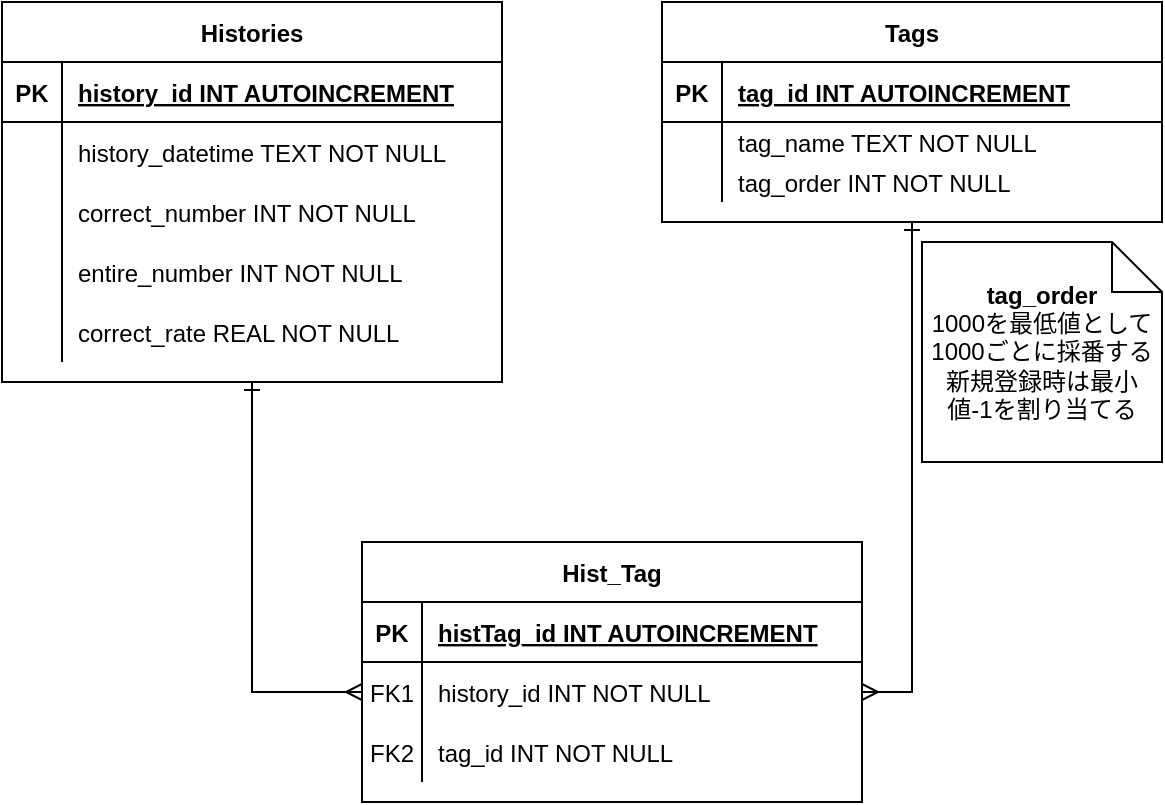
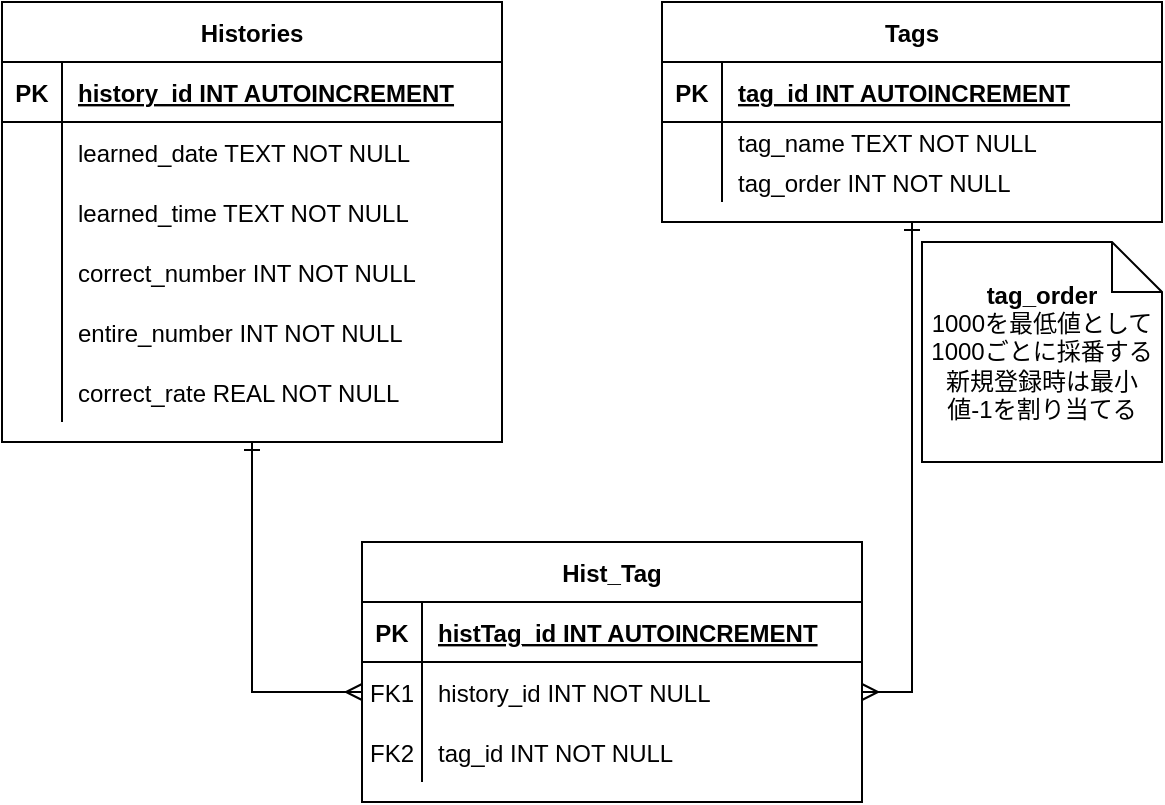
- <mxfile host="app.diagrams.net" agent="Mozilla/5.0 (Windows NT 10.0; Win64; x64) AppleWebKit/537.36 (KHTML, like Gecko) Chrome/130.0.0.0 Safari/537.36" version="24.8.0">
+ <mxfile host="app.diagrams.net" agent="Mozilla/5.0 (Windows NT 10.0; Win64; x64) AppleWebKit/537.36 (KHTML, like Gecko) Chrome/131.0.0.0 Safari/537.36" version="24.8.6">
  <diagram name="Page-1" id="t5QMn-bjWsxK-OiHnnsi">
-     <mxGraphModel dx="1434" dy="772" grid="1" gridSize="10" guides="1" tooltips="1" connect="1" arrows="1" fold="1" page="1" pageScale="1" pageWidth="827" pageHeight="1169" math="0" shadow="0">
+     <mxGraphModel dx="1415" dy="748" grid="1" gridSize="10" guides="1" tooltips="1" connect="1" arrows="1" fold="1" page="1" pageScale="1" pageWidth="827" pageHeight="1169" math="0" shadow="0">
      <root>
        <mxCell id="0" />
        <mxCell id="1" parent="0" />
-         <mxCell id="AiqQjHYfHPlLKHI8rtwA-1" value="Tags" style="shape=table;startSize=30;container=1;collapsible=1;childLayout=tableLayout;fixedRows=1;rowLines=0;fontStyle=1;align=center;resizeLast=1;" vertex="1" parent="1">
+         <mxCell id="AiqQjHYfHPlLKHI8rtwA-1" value="Tags" style="shape=table;startSize=30;container=1;collapsible=1;childLayout=tableLayout;fixedRows=1;rowLines=0;fontStyle=1;align=center;resizeLast=1;" parent="1" vertex="1">
          <mxGeometry x="330" width="250" height="110" as="geometry" />
        </mxCell>
-         <mxCell id="AiqQjHYfHPlLKHI8rtwA-2" value="" style="shape=partialRectangle;collapsible=0;dropTarget=0;pointerEvents=0;fillColor=none;points=[[0,0.5],[1,0.5]];portConstraint=eastwest;top=0;left=0;right=0;bottom=1;" vertex="1" parent="AiqQjHYfHPlLKHI8rtwA-1">
+         <mxCell id="AiqQjHYfHPlLKHI8rtwA-2" value="" style="shape=partialRectangle;collapsible=0;dropTarget=0;pointerEvents=0;fillColor=none;points=[[0,0.5],[1,0.5]];portConstraint=eastwest;top=0;left=0;right=0;bottom=1;" parent="AiqQjHYfHPlLKHI8rtwA-1" vertex="1">
          <mxGeometry y="30" width="250" height="30" as="geometry" />
        </mxCell>
-         <mxCell id="AiqQjHYfHPlLKHI8rtwA-3" value="PK" style="shape=partialRectangle;overflow=hidden;connectable=0;fillColor=none;top=0;left=0;bottom=0;right=0;fontStyle=1;" vertex="1" parent="AiqQjHYfHPlLKHI8rtwA-2">
+         <mxCell id="AiqQjHYfHPlLKHI8rtwA-3" value="PK" style="shape=partialRectangle;overflow=hidden;connectable=0;fillColor=none;top=0;left=0;bottom=0;right=0;fontStyle=1;" parent="AiqQjHYfHPlLKHI8rtwA-2" vertex="1">
          <mxGeometry width="30" height="30" as="geometry">
            <mxRectangle width="30" height="30" as="alternateBounds" />
          </mxGeometry>
        </mxCell>
-         <mxCell id="AiqQjHYfHPlLKHI8rtwA-4" value="tag_id INT AUTOINCREMENT" style="shape=partialRectangle;overflow=hidden;connectable=0;fillColor=none;top=0;left=0;bottom=0;right=0;align=left;spacingLeft=6;fontStyle=5;" vertex="1" parent="AiqQjHYfHPlLKHI8rtwA-2">
+         <mxCell id="AiqQjHYfHPlLKHI8rtwA-4" value="tag_id INT AUTOINCREMENT" style="shape=partialRectangle;overflow=hidden;connectable=0;fillColor=none;top=0;left=0;bottom=0;right=0;align=left;spacingLeft=6;fontStyle=5;" parent="AiqQjHYfHPlLKHI8rtwA-2" vertex="1">
          <mxGeometry x="30" width="220" height="30" as="geometry">
            <mxRectangle width="220" height="30" as="alternateBounds" />
          </mxGeometry>
        </mxCell>
-         <mxCell id="AiqQjHYfHPlLKHI8rtwA-5" value="" style="shape=partialRectangle;collapsible=0;dropTarget=0;pointerEvents=0;fillColor=none;points=[[0,0.5],[1,0.5]];portConstraint=eastwest;top=0;left=0;right=0;bottom=0;" vertex="1" parent="AiqQjHYfHPlLKHI8rtwA-1">
+         <mxCell id="AiqQjHYfHPlLKHI8rtwA-5" value="" style="shape=partialRectangle;collapsible=0;dropTarget=0;pointerEvents=0;fillColor=none;points=[[0,0.5],[1,0.5]];portConstraint=eastwest;top=0;left=0;right=0;bottom=0;" parent="AiqQjHYfHPlLKHI8rtwA-1" vertex="1">
          <mxGeometry y="60" width="250" height="20" as="geometry" />
        </mxCell>
-         <mxCell id="AiqQjHYfHPlLKHI8rtwA-6" value="" style="shape=partialRectangle;overflow=hidden;connectable=0;fillColor=none;top=0;left=0;bottom=0;right=0;" vertex="1" parent="AiqQjHYfHPlLKHI8rtwA-5">
+         <mxCell id="AiqQjHYfHPlLKHI8rtwA-6" value="" style="shape=partialRectangle;overflow=hidden;connectable=0;fillColor=none;top=0;left=0;bottom=0;right=0;" parent="AiqQjHYfHPlLKHI8rtwA-5" vertex="1">
          <mxGeometry width="30" height="20" as="geometry">
            <mxRectangle width="30" height="20" as="alternateBounds" />
          </mxGeometry>
        </mxCell>
-         <mxCell id="AiqQjHYfHPlLKHI8rtwA-7" value="tag_name TEXT NOT NULL" style="shape=partialRectangle;overflow=hidden;connectable=0;fillColor=none;top=0;left=0;bottom=0;right=0;align=left;spacingLeft=6;" vertex="1" parent="AiqQjHYfHPlLKHI8rtwA-5">
+         <mxCell id="AiqQjHYfHPlLKHI8rtwA-7" value="tag_name TEXT NOT NULL" style="shape=partialRectangle;overflow=hidden;connectable=0;fillColor=none;top=0;left=0;bottom=0;right=0;align=left;spacingLeft=6;" parent="AiqQjHYfHPlLKHI8rtwA-5" vertex="1">
          <mxGeometry x="30" width="220" height="20" as="geometry">
            <mxRectangle width="220" height="20" as="alternateBounds" />
          </mxGeometry>
        </mxCell>
-         <mxCell id="AiqQjHYfHPlLKHI8rtwA-8" value="" style="shape=partialRectangle;collapsible=0;dropTarget=0;pointerEvents=0;fillColor=none;points=[[0,0.5],[1,0.5]];portConstraint=eastwest;top=0;left=0;right=0;bottom=0;" vertex="1" parent="AiqQjHYfHPlLKHI8rtwA-1">
+         <mxCell id="AiqQjHYfHPlLKHI8rtwA-8" value="" style="shape=partialRectangle;collapsible=0;dropTarget=0;pointerEvents=0;fillColor=none;points=[[0,0.5],[1,0.5]];portConstraint=eastwest;top=0;left=0;right=0;bottom=0;" parent="AiqQjHYfHPlLKHI8rtwA-1" vertex="1">
          <mxGeometry y="80" width="250" height="20" as="geometry" />
        </mxCell>
-         <mxCell id="AiqQjHYfHPlLKHI8rtwA-9" value="" style="shape=partialRectangle;overflow=hidden;connectable=0;fillColor=none;top=0;left=0;bottom=0;right=0;" vertex="1" parent="AiqQjHYfHPlLKHI8rtwA-8">
+         <mxCell id="AiqQjHYfHPlLKHI8rtwA-9" value="" style="shape=partialRectangle;overflow=hidden;connectable=0;fillColor=none;top=0;left=0;bottom=0;right=0;" parent="AiqQjHYfHPlLKHI8rtwA-8" vertex="1">
          <mxGeometry width="30" height="20" as="geometry">
            <mxRectangle width="30" height="20" as="alternateBounds" />
          </mxGeometry>
        </mxCell>
-         <mxCell id="AiqQjHYfHPlLKHI8rtwA-10" value="tag_order INT NOT NULL" style="shape=partialRectangle;overflow=hidden;connectable=0;fillColor=none;top=0;left=0;bottom=0;right=0;align=left;spacingLeft=6;" vertex="1" parent="AiqQjHYfHPlLKHI8rtwA-8">
+         <mxCell id="AiqQjHYfHPlLKHI8rtwA-10" value="tag_order INT NOT NULL" style="shape=partialRectangle;overflow=hidden;connectable=0;fillColor=none;top=0;left=0;bottom=0;right=0;align=left;spacingLeft=6;" parent="AiqQjHYfHPlLKHI8rtwA-8" vertex="1">
          <mxGeometry x="30" width="220" height="20" as="geometry">
            <mxRectangle width="220" height="20" as="alternateBounds" />
          </mxGeometry>
        </mxCell>
-         <mxCell id="AiqQjHYfHPlLKHI8rtwA-11" value="Hist_Tag" style="shape=table;startSize=30;container=1;collapsible=1;childLayout=tableLayout;fixedRows=1;rowLines=0;fontStyle=1;align=center;resizeLast=1;" vertex="1" parent="1">
+         <mxCell id="AiqQjHYfHPlLKHI8rtwA-11" value="Hist_Tag" style="shape=table;startSize=30;container=1;collapsible=1;childLayout=tableLayout;fixedRows=1;rowLines=0;fontStyle=1;align=center;resizeLast=1;" parent="1" vertex="1">
          <mxGeometry x="180" y="270" width="250" height="130" as="geometry" />
        </mxCell>
-         <mxCell id="AiqQjHYfHPlLKHI8rtwA-12" value="" style="shape=partialRectangle;collapsible=0;dropTarget=0;pointerEvents=0;fillColor=none;points=[[0,0.5],[1,0.5]];portConstraint=eastwest;top=0;left=0;right=0;bottom=1;" vertex="1" parent="AiqQjHYfHPlLKHI8rtwA-11">
+         <mxCell id="AiqQjHYfHPlLKHI8rtwA-12" value="" style="shape=partialRectangle;collapsible=0;dropTarget=0;pointerEvents=0;fillColor=none;points=[[0,0.5],[1,0.5]];portConstraint=eastwest;top=0;left=0;right=0;bottom=1;" parent="AiqQjHYfHPlLKHI8rtwA-11" vertex="1">
          <mxGeometry y="30" width="250" height="30" as="geometry" />
        </mxCell>
-         <mxCell id="AiqQjHYfHPlLKHI8rtwA-13" value="PK" style="shape=partialRectangle;overflow=hidden;connectable=0;fillColor=none;top=0;left=0;bottom=0;right=0;fontStyle=1;" vertex="1" parent="AiqQjHYfHPlLKHI8rtwA-12">
+         <mxCell id="AiqQjHYfHPlLKHI8rtwA-13" value="PK" style="shape=partialRectangle;overflow=hidden;connectable=0;fillColor=none;top=0;left=0;bottom=0;right=0;fontStyle=1;" parent="AiqQjHYfHPlLKHI8rtwA-12" vertex="1">
          <mxGeometry width="30" height="30" as="geometry">
            <mxRectangle width="30" height="30" as="alternateBounds" />
          </mxGeometry>
        </mxCell>
-         <mxCell id="AiqQjHYfHPlLKHI8rtwA-14" value="histTag_id INT AUTOINCREMENT" style="shape=partialRectangle;overflow=hidden;connectable=0;fillColor=none;top=0;left=0;bottom=0;right=0;align=left;spacingLeft=6;fontStyle=5;" vertex="1" parent="AiqQjHYfHPlLKHI8rtwA-12">
+         <mxCell id="AiqQjHYfHPlLKHI8rtwA-14" value="histTag_id INT AUTOINCREMENT" style="shape=partialRectangle;overflow=hidden;connectable=0;fillColor=none;top=0;left=0;bottom=0;right=0;align=left;spacingLeft=6;fontStyle=5;" parent="AiqQjHYfHPlLKHI8rtwA-12" vertex="1">
          <mxGeometry x="30" width="220" height="30" as="geometry">
            <mxRectangle width="220" height="30" as="alternateBounds" />
          </mxGeometry>
        </mxCell>
-         <mxCell id="AiqQjHYfHPlLKHI8rtwA-15" value="" style="shape=partialRectangle;collapsible=0;dropTarget=0;pointerEvents=0;fillColor=none;points=[[0,0.5],[1,0.5]];portConstraint=eastwest;top=0;left=0;right=0;bottom=0;" vertex="1" parent="AiqQjHYfHPlLKHI8rtwA-11">
+         <mxCell id="AiqQjHYfHPlLKHI8rtwA-15" value="" style="shape=partialRectangle;collapsible=0;dropTarget=0;pointerEvents=0;fillColor=none;points=[[0,0.5],[1,0.5]];portConstraint=eastwest;top=0;left=0;right=0;bottom=0;" parent="AiqQjHYfHPlLKHI8rtwA-11" vertex="1">
          <mxGeometry y="60" width="250" height="30" as="geometry" />
        </mxCell>
-         <mxCell id="AiqQjHYfHPlLKHI8rtwA-16" value="FK1" style="shape=partialRectangle;overflow=hidden;connectable=0;fillColor=none;top=0;left=0;bottom=0;right=0;" vertex="1" parent="AiqQjHYfHPlLKHI8rtwA-15">
+         <mxCell id="AiqQjHYfHPlLKHI8rtwA-16" value="FK1" style="shape=partialRectangle;overflow=hidden;connectable=0;fillColor=none;top=0;left=0;bottom=0;right=0;" parent="AiqQjHYfHPlLKHI8rtwA-15" vertex="1">
          <mxGeometry width="30" height="30" as="geometry">
            <mxRectangle width="30" height="30" as="alternateBounds" />
          </mxGeometry>
        </mxCell>
-         <mxCell id="AiqQjHYfHPlLKHI8rtwA-17" value="history_id INT NOT NULL" style="shape=partialRectangle;overflow=hidden;connectable=0;fillColor=none;top=0;left=0;bottom=0;right=0;align=left;spacingLeft=6;" vertex="1" parent="AiqQjHYfHPlLKHI8rtwA-15">
+         <mxCell id="AiqQjHYfHPlLKHI8rtwA-17" value="history_id INT NOT NULL" style="shape=partialRectangle;overflow=hidden;connectable=0;fillColor=none;top=0;left=0;bottom=0;right=0;align=left;spacingLeft=6;" parent="AiqQjHYfHPlLKHI8rtwA-15" vertex="1">
          <mxGeometry x="30" width="220" height="30" as="geometry">
            <mxRectangle width="220" height="30" as="alternateBounds" />
          </mxGeometry>
        </mxCell>
-         <mxCell id="AiqQjHYfHPlLKHI8rtwA-18" value="" style="shape=partialRectangle;collapsible=0;dropTarget=0;pointerEvents=0;fillColor=none;points=[[0,0.5],[1,0.5]];portConstraint=eastwest;top=0;left=0;right=0;bottom=0;" vertex="1" parent="AiqQjHYfHPlLKHI8rtwA-11">
+         <mxCell id="AiqQjHYfHPlLKHI8rtwA-18" value="" style="shape=partialRectangle;collapsible=0;dropTarget=0;pointerEvents=0;fillColor=none;points=[[0,0.5],[1,0.5]];portConstraint=eastwest;top=0;left=0;right=0;bottom=0;" parent="AiqQjHYfHPlLKHI8rtwA-11" vertex="1">
          <mxGeometry y="90" width="250" height="30" as="geometry" />
        </mxCell>
-         <mxCell id="AiqQjHYfHPlLKHI8rtwA-19" value="FK2" style="shape=partialRectangle;overflow=hidden;connectable=0;fillColor=none;top=0;left=0;bottom=0;right=0;" vertex="1" parent="AiqQjHYfHPlLKHI8rtwA-18">
+         <mxCell id="AiqQjHYfHPlLKHI8rtwA-19" value="FK2" style="shape=partialRectangle;overflow=hidden;connectable=0;fillColor=none;top=0;left=0;bottom=0;right=0;" parent="AiqQjHYfHPlLKHI8rtwA-18" vertex="1">
          <mxGeometry width="30" height="30" as="geometry">
            <mxRectangle width="30" height="30" as="alternateBounds" />
          </mxGeometry>
        </mxCell>
-         <mxCell id="AiqQjHYfHPlLKHI8rtwA-20" value="tag_id INT NOT NULL" style="shape=partialRectangle;overflow=hidden;connectable=0;fillColor=none;top=0;left=0;bottom=0;right=0;align=left;spacingLeft=6;" vertex="1" parent="AiqQjHYfHPlLKHI8rtwA-18">
+         <mxCell id="AiqQjHYfHPlLKHI8rtwA-20" value="tag_id INT NOT NULL" style="shape=partialRectangle;overflow=hidden;connectable=0;fillColor=none;top=0;left=0;bottom=0;right=0;align=left;spacingLeft=6;" parent="AiqQjHYfHPlLKHI8rtwA-18" vertex="1">
          <mxGeometry x="30" width="220" height="30" as="geometry">
            <mxRectangle width="220" height="30" as="alternateBounds" />
          </mxGeometry>
        </mxCell>
-         <mxCell id="AiqQjHYfHPlLKHI8rtwA-21" style="edgeStyle=orthogonalEdgeStyle;rounded=0;orthogonalLoop=1;jettySize=auto;html=1;entryX=0;entryY=0.5;entryDx=0;entryDy=0;strokeWidth=1;startArrow=ERone;startFill=0;endArrow=ERmany;endFill=0;" edge="1" parent="1" source="AiqQjHYfHPlLKHI8rtwA-22" target="AiqQjHYfHPlLKHI8rtwA-15">
+         <mxCell id="AiqQjHYfHPlLKHI8rtwA-21" style="edgeStyle=orthogonalEdgeStyle;rounded=0;orthogonalLoop=1;jettySize=auto;html=1;entryX=0;entryY=0.5;entryDx=0;entryDy=0;strokeWidth=1;startArrow=ERone;startFill=0;endArrow=ERmany;endFill=0;" parent="1" source="AiqQjHYfHPlLKHI8rtwA-22" target="AiqQjHYfHPlLKHI8rtwA-15" edge="1">
          <mxGeometry relative="1" as="geometry" />
        </mxCell>
-         <mxCell id="AiqQjHYfHPlLKHI8rtwA-22" value="Histories" style="shape=table;startSize=30;container=1;collapsible=1;childLayout=tableLayout;fixedRows=1;rowLines=0;fontStyle=1;align=center;resizeLast=1;" vertex="1" parent="1">
-           <mxGeometry width="250" height="190" as="geometry" />
+         <mxCell id="AiqQjHYfHPlLKHI8rtwA-22" value="Histories" style="shape=table;startSize=30;container=1;collapsible=1;childLayout=tableLayout;fixedRows=1;rowLines=0;fontStyle=1;align=center;resizeLast=1;" parent="1" vertex="1">
+           <mxGeometry width="250" height="220" as="geometry" />
        </mxCell>
-         <mxCell id="AiqQjHYfHPlLKHI8rtwA-23" value="" style="shape=partialRectangle;collapsible=0;dropTarget=0;pointerEvents=0;fillColor=none;points=[[0,0.5],[1,0.5]];portConstraint=eastwest;top=0;left=0;right=0;bottom=1;" vertex="1" parent="AiqQjHYfHPlLKHI8rtwA-22">
+         <mxCell id="AiqQjHYfHPlLKHI8rtwA-23" value="" style="shape=partialRectangle;collapsible=0;dropTarget=0;pointerEvents=0;fillColor=none;points=[[0,0.5],[1,0.5]];portConstraint=eastwest;top=0;left=0;right=0;bottom=1;" parent="AiqQjHYfHPlLKHI8rtwA-22" vertex="1">
          <mxGeometry y="30" width="250" height="30" as="geometry" />
        </mxCell>
-         <mxCell id="AiqQjHYfHPlLKHI8rtwA-24" value="PK" style="shape=partialRectangle;overflow=hidden;connectable=0;fillColor=none;top=0;left=0;bottom=0;right=0;fontStyle=1;" vertex="1" parent="AiqQjHYfHPlLKHI8rtwA-23">
+         <mxCell id="AiqQjHYfHPlLKHI8rtwA-24" value="PK" style="shape=partialRectangle;overflow=hidden;connectable=0;fillColor=none;top=0;left=0;bottom=0;right=0;fontStyle=1;" parent="AiqQjHYfHPlLKHI8rtwA-23" vertex="1">
          <mxGeometry width="30" height="30" as="geometry">
            <mxRectangle width="30" height="30" as="alternateBounds" />
          </mxGeometry>
        </mxCell>
-         <mxCell id="AiqQjHYfHPlLKHI8rtwA-25" value="history_id INT AUTOINCREMENT" style="shape=partialRectangle;overflow=hidden;connectable=0;fillColor=none;top=0;left=0;bottom=0;right=0;align=left;spacingLeft=6;fontStyle=5;" vertex="1" parent="AiqQjHYfHPlLKHI8rtwA-23">
+         <mxCell id="AiqQjHYfHPlLKHI8rtwA-25" value="history_id INT AUTOINCREMENT" style="shape=partialRectangle;overflow=hidden;connectable=0;fillColor=none;top=0;left=0;bottom=0;right=0;align=left;spacingLeft=6;fontStyle=5;" parent="AiqQjHYfHPlLKHI8rtwA-23" vertex="1">
          <mxGeometry x="30" width="220" height="30" as="geometry">
            <mxRectangle width="220" height="30" as="alternateBounds" />
          </mxGeometry>
        </mxCell>
-         <mxCell id="AiqQjHYfHPlLKHI8rtwA-26" value="" style="shape=partialRectangle;collapsible=0;dropTarget=0;pointerEvents=0;fillColor=none;points=[[0,0.5],[1,0.5]];portConstraint=eastwest;top=0;left=0;right=0;bottom=0;" vertex="1" parent="AiqQjHYfHPlLKHI8rtwA-22">
+         <mxCell id="AiqQjHYfHPlLKHI8rtwA-26" value="" style="shape=partialRectangle;collapsible=0;dropTarget=0;pointerEvents=0;fillColor=none;points=[[0,0.5],[1,0.5]];portConstraint=eastwest;top=0;left=0;right=0;bottom=0;" parent="AiqQjHYfHPlLKHI8rtwA-22" vertex="1">
          <mxGeometry y="60" width="250" height="30" as="geometry" />
        </mxCell>
-         <mxCell id="AiqQjHYfHPlLKHI8rtwA-27" value="" style="shape=partialRectangle;overflow=hidden;connectable=0;fillColor=none;top=0;left=0;bottom=0;right=0;" vertex="1" parent="AiqQjHYfHPlLKHI8rtwA-26">
+         <mxCell id="AiqQjHYfHPlLKHI8rtwA-27" value="" style="shape=partialRectangle;overflow=hidden;connectable=0;fillColor=none;top=0;left=0;bottom=0;right=0;" parent="AiqQjHYfHPlLKHI8rtwA-26" vertex="1">
          <mxGeometry width="30" height="30" as="geometry">
            <mxRectangle width="30" height="30" as="alternateBounds" />
          </mxGeometry>
        </mxCell>
-         <mxCell id="AiqQjHYfHPlLKHI8rtwA-28" value="history_datetime TEXT NOT NULL" style="shape=partialRectangle;overflow=hidden;connectable=0;fillColor=none;top=0;left=0;bottom=0;right=0;align=left;spacingLeft=6;" vertex="1" parent="AiqQjHYfHPlLKHI8rtwA-26">
+         <mxCell id="AiqQjHYfHPlLKHI8rtwA-28" value="learned_date TEXT NOT NULL" style="shape=partialRectangle;overflow=hidden;connectable=0;fillColor=none;top=0;left=0;bottom=0;right=0;align=left;spacingLeft=6;" parent="AiqQjHYfHPlLKHI8rtwA-26" vertex="1">
          <mxGeometry x="30" width="220" height="30" as="geometry">
            <mxRectangle width="220" height="30" as="alternateBounds" />
          </mxGeometry>
        </mxCell>
-         <mxCell id="AiqQjHYfHPlLKHI8rtwA-29" value="" style="shape=partialRectangle;collapsible=0;dropTarget=0;pointerEvents=0;fillColor=none;points=[[0,0.5],[1,0.5]];portConstraint=eastwest;top=0;left=0;right=0;bottom=0;" vertex="1" parent="AiqQjHYfHPlLKHI8rtwA-22">
+         <mxCell id="S-PUnTKwTmai-T3U4hQo-1" value="" style="shape=partialRectangle;collapsible=0;dropTarget=0;pointerEvents=0;fillColor=none;points=[[0,0.5],[1,0.5]];portConstraint=eastwest;top=0;left=0;right=0;bottom=0;" vertex="1" parent="AiqQjHYfHPlLKHI8rtwA-22">
          <mxGeometry y="90" width="250" height="30" as="geometry" />
        </mxCell>
-         <mxCell id="AiqQjHYfHPlLKHI8rtwA-30" value="" style="shape=partialRectangle;overflow=hidden;connectable=0;fillColor=none;top=0;left=0;bottom=0;right=0;" vertex="1" parent="AiqQjHYfHPlLKHI8rtwA-29">
+         <mxCell id="S-PUnTKwTmai-T3U4hQo-2" value="" style="shape=partialRectangle;overflow=hidden;connectable=0;fillColor=none;top=0;left=0;bottom=0;right=0;" vertex="1" parent="S-PUnTKwTmai-T3U4hQo-1">
          <mxGeometry width="30" height="30" as="geometry">
            <mxRectangle width="30" height="30" as="alternateBounds" />
          </mxGeometry>
        </mxCell>
-         <mxCell id="AiqQjHYfHPlLKHI8rtwA-31" value="correct_number INT NOT NULL" style="shape=partialRectangle;overflow=hidden;connectable=0;fillColor=none;top=0;left=0;bottom=0;right=0;align=left;spacingLeft=6;" vertex="1" parent="AiqQjHYfHPlLKHI8rtwA-29">
+         <mxCell id="S-PUnTKwTmai-T3U4hQo-3" value="learned_time TEXT NOT NULL" style="shape=partialRectangle;overflow=hidden;connectable=0;fillColor=none;top=0;left=0;bottom=0;right=0;align=left;spacingLeft=6;" vertex="1" parent="S-PUnTKwTmai-T3U4hQo-1">
          <mxGeometry x="30" width="220" height="30" as="geometry">
            <mxRectangle width="220" height="30" as="alternateBounds" />
          </mxGeometry>
        </mxCell>
-         <mxCell id="AiqQjHYfHPlLKHI8rtwA-32" value="" style="shape=partialRectangle;collapsible=0;dropTarget=0;pointerEvents=0;fillColor=none;points=[[0,0.5],[1,0.5]];portConstraint=eastwest;top=0;left=0;right=0;bottom=0;" vertex="1" parent="AiqQjHYfHPlLKHI8rtwA-22">
+         <mxCell id="AiqQjHYfHPlLKHI8rtwA-29" value="" style="shape=partialRectangle;collapsible=0;dropTarget=0;pointerEvents=0;fillColor=none;points=[[0,0.5],[1,0.5]];portConstraint=eastwest;top=0;left=0;right=0;bottom=0;" parent="AiqQjHYfHPlLKHI8rtwA-22" vertex="1">
          <mxGeometry y="120" width="250" height="30" as="geometry" />
        </mxCell>
-         <mxCell id="AiqQjHYfHPlLKHI8rtwA-33" value="" style="shape=partialRectangle;overflow=hidden;connectable=0;fillColor=none;top=0;left=0;bottom=0;right=0;" vertex="1" parent="AiqQjHYfHPlLKHI8rtwA-32">
+         <mxCell id="AiqQjHYfHPlLKHI8rtwA-30" value="" style="shape=partialRectangle;overflow=hidden;connectable=0;fillColor=none;top=0;left=0;bottom=0;right=0;" parent="AiqQjHYfHPlLKHI8rtwA-29" vertex="1">
          <mxGeometry width="30" height="30" as="geometry">
            <mxRectangle width="30" height="30" as="alternateBounds" />
          </mxGeometry>
        </mxCell>
-         <mxCell id="AiqQjHYfHPlLKHI8rtwA-34" value="entire_number INT NOT NULL" style="shape=partialRectangle;overflow=hidden;connectable=0;fillColor=none;top=0;left=0;bottom=0;right=0;align=left;spacingLeft=6;" vertex="1" parent="AiqQjHYfHPlLKHI8rtwA-32">
+         <mxCell id="AiqQjHYfHPlLKHI8rtwA-31" value="correct_number INT NOT NULL" style="shape=partialRectangle;overflow=hidden;connectable=0;fillColor=none;top=0;left=0;bottom=0;right=0;align=left;spacingLeft=6;" parent="AiqQjHYfHPlLKHI8rtwA-29" vertex="1">
          <mxGeometry x="30" width="220" height="30" as="geometry">
            <mxRectangle width="220" height="30" as="alternateBounds" />
          </mxGeometry>
        </mxCell>
-         <mxCell id="AiqQjHYfHPlLKHI8rtwA-35" value="" style="shape=partialRectangle;collapsible=0;dropTarget=0;pointerEvents=0;fillColor=none;points=[[0,0.5],[1,0.5]];portConstraint=eastwest;top=0;left=0;right=0;bottom=0;" vertex="1" parent="AiqQjHYfHPlLKHI8rtwA-22">
+         <mxCell id="AiqQjHYfHPlLKHI8rtwA-32" value="" style="shape=partialRectangle;collapsible=0;dropTarget=0;pointerEvents=0;fillColor=none;points=[[0,0.5],[1,0.5]];portConstraint=eastwest;top=0;left=0;right=0;bottom=0;" parent="AiqQjHYfHPlLKHI8rtwA-22" vertex="1">
          <mxGeometry y="150" width="250" height="30" as="geometry" />
        </mxCell>
-         <mxCell id="AiqQjHYfHPlLKHI8rtwA-36" value="" style="shape=partialRectangle;overflow=hidden;connectable=0;fillColor=none;top=0;left=0;bottom=0;right=0;" vertex="1" parent="AiqQjHYfHPlLKHI8rtwA-35">
+         <mxCell id="AiqQjHYfHPlLKHI8rtwA-33" value="" style="shape=partialRectangle;overflow=hidden;connectable=0;fillColor=none;top=0;left=0;bottom=0;right=0;" parent="AiqQjHYfHPlLKHI8rtwA-32" vertex="1">
          <mxGeometry width="30" height="30" as="geometry">
            <mxRectangle width="30" height="30" as="alternateBounds" />
          </mxGeometry>
        </mxCell>
-         <mxCell id="AiqQjHYfHPlLKHI8rtwA-37" value="correct_rate REAL NOT NULL" style="shape=partialRectangle;overflow=hidden;connectable=0;fillColor=none;top=0;left=0;bottom=0;right=0;align=left;spacingLeft=6;" vertex="1" parent="AiqQjHYfHPlLKHI8rtwA-35">
+         <mxCell id="AiqQjHYfHPlLKHI8rtwA-34" value="entire_number INT NOT NULL" style="shape=partialRectangle;overflow=hidden;connectable=0;fillColor=none;top=0;left=0;bottom=0;right=0;align=left;spacingLeft=6;" parent="AiqQjHYfHPlLKHI8rtwA-32" vertex="1">
          <mxGeometry x="30" width="220" height="30" as="geometry">
            <mxRectangle width="220" height="30" as="alternateBounds" />
          </mxGeometry>
        </mxCell>
-         <mxCell id="AiqQjHYfHPlLKHI8rtwA-38" style="edgeStyle=orthogonalEdgeStyle;rounded=0;orthogonalLoop=1;jettySize=auto;html=1;entryX=0.5;entryY=1;entryDx=0;entryDy=0;endArrow=ERone;endFill=0;startArrow=ERmany;startFill=0;" edge="1" parent="1" source="AiqQjHYfHPlLKHI8rtwA-15" target="AiqQjHYfHPlLKHI8rtwA-1">
+         <mxCell id="AiqQjHYfHPlLKHI8rtwA-35" value="" style="shape=partialRectangle;collapsible=0;dropTarget=0;pointerEvents=0;fillColor=none;points=[[0,0.5],[1,0.5]];portConstraint=eastwest;top=0;left=0;right=0;bottom=0;" parent="AiqQjHYfHPlLKHI8rtwA-22" vertex="1">
+           <mxGeometry y="180" width="250" height="30" as="geometry" />
+         </mxCell>
+         <mxCell id="AiqQjHYfHPlLKHI8rtwA-36" value="" style="shape=partialRectangle;overflow=hidden;connectable=0;fillColor=none;top=0;left=0;bottom=0;right=0;" parent="AiqQjHYfHPlLKHI8rtwA-35" vertex="1">
+           <mxGeometry width="30" height="30" as="geometry">
+             <mxRectangle width="30" height="30" as="alternateBounds" />
+           </mxGeometry>
+         </mxCell>
+         <mxCell id="AiqQjHYfHPlLKHI8rtwA-37" value="correct_rate REAL NOT NULL" style="shape=partialRectangle;overflow=hidden;connectable=0;fillColor=none;top=0;left=0;bottom=0;right=0;align=left;spacingLeft=6;" parent="AiqQjHYfHPlLKHI8rtwA-35" vertex="1">
+           <mxGeometry x="30" width="220" height="30" as="geometry">
+             <mxRectangle width="220" height="30" as="alternateBounds" />
+           </mxGeometry>
+         </mxCell>
+         <mxCell id="AiqQjHYfHPlLKHI8rtwA-38" style="edgeStyle=orthogonalEdgeStyle;rounded=0;orthogonalLoop=1;jettySize=auto;html=1;entryX=0.5;entryY=1;entryDx=0;entryDy=0;endArrow=ERone;endFill=0;startArrow=ERmany;startFill=0;" parent="1" source="AiqQjHYfHPlLKHI8rtwA-15" target="AiqQjHYfHPlLKHI8rtwA-1" edge="1">
          <mxGeometry relative="1" as="geometry" />
        </mxCell>
-         <mxCell id="AiqQjHYfHPlLKHI8rtwA-39" value="&lt;b&gt;tag_order&lt;/b&gt;&lt;div&gt;1000を最低値として1000ごとに採番する&lt;/div&gt;&lt;div&gt;新規登録時は最小値-1を割り当てる&lt;/div&gt;" style="shape=note2;boundedLbl=1;whiteSpace=wrap;html=1;size=25;verticalAlign=middle;align=center;labelPosition=center;verticalLabelPosition=middle;" vertex="1" parent="1">
+         <mxCell id="AiqQjHYfHPlLKHI8rtwA-39" value="&lt;b&gt;tag_order&lt;/b&gt;&lt;div&gt;1000を最低値として1000ごとに採番する&lt;/div&gt;&lt;div&gt;新規登録時は最小値-1を割り当てる&lt;/div&gt;" style="shape=note2;boundedLbl=1;whiteSpace=wrap;html=1;size=25;verticalAlign=middle;align=center;labelPosition=center;verticalLabelPosition=middle;" parent="1" vertex="1">
          <mxGeometry x="460" y="120" width="120" height="110" as="geometry" />
        </mxCell>
      </root>
    </mxGraphModel>
  </diagram>
</mxfile>
